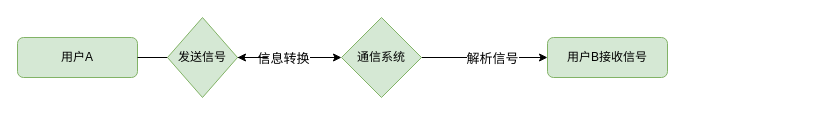
crazehub/crazehub.github.io keeps this draw.io diagram as assets/信号传递.drawio. Above is the earlier version. Source tidied: cells renumbered, new cells numbered last; positions are measured from the earlier drawing's top-left corner, leaving out a move shared by most shapes. Both pictures are drawn from the tidied source at 100%, with x=0, y=0 at pixel (17, 17).
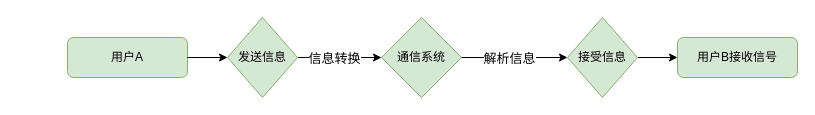
After the change.

Commit message (it also covers changes not shown here):
更新信号传递.drawio

The edit, as a diff of the source:
```diff
@@
 <mxGraphModel>
   <root>
     <mxCell id="0" />
     <mxCell id="1" parent="0" />
     <mxCell id="2" value="用户A" style="rounded=1;whiteSpace=wrap;html=1;fontSize=12;glass=0;strokeWidth=1;shadow=0;fillColor=#d5e8d4;strokeColor=#82b366;" parent="1" vertex="1">
-      <mxGeometry y="20" width="120" height="40" as="geometry" />
+      <mxGeometry x="50" y="20" width="120" height="40" as="geometry" />
     </mxCell>
-    <mxCell id="3" style="edgeStyle=orthogonalEdgeStyle;rounded=0;jettySize=auto;html=1;exitX=1;exitY=0.5;exitDx=0;exitDy=0;" parent="1" edge="1" source="8" target="5">
+    <mxCell id="3" style="edgeStyle=orthogonalEdgeStyle;rounded=0;jettySize=auto;html=1;exitX=1;exitY=0.5;exitDx=0;exitDy=0;" parent="1" edge="1" source="13" target="5">
       <mxGeometry relative="1" as="geometry" />
     </mxCell>
-    <mxCell id="4" value="解析信号" style="edgeLabel;html=1;align=center;verticalAlign=middle;fontSize=13;" parent="3" vertex="1">
-      <mxGeometry x="0.11" y="-4" relative="1" as="geometry">
-        <mxPoint y="-4" as="offset" />
-      </mxGeometry>
-    </mxCell>
     <mxCell id="5" value="用户B接收信号" style="rounded=1;whiteSpace=wrap;html=1;fontSize=12;glass=0;strokeWidth=1;shadow=0;fillColor=#d5e8d4;strokeColor=#82b366;" parent="1" vertex="1">
-      <mxGeometry x="530" y="20" width="120" height="40" as="geometry" />
+      <mxGeometry x="660" y="20" width="120" height="40" as="geometry" />
     </mxCell>
     <mxCell id="6" style="edgeStyle=orthogonalEdgeStyle;rounded=0;jettySize=auto;html=1;exitX=1;exitY=0.5;exitDx=0;exitDy=0;" parent="1" edge="1" source="10" target="8">
       <mxGeometry relative="1" as="geometry" />
     </mxCell>
     <mxCell id="7" value="信息转换" style="edgeLabel;html=1;align=center;verticalAlign=middle;fontSize=13;" parent="6" vertex="1">
       <mxGeometry x="-0.14" relative="1" as="geometry" />
     </mxCell>
     <mxCell id="8" value="通信系统" style="rhombus;whiteSpace=wrap;html=1;fillColor=#d5e8d4;strokeColor=#82b366;" parent="1" vertex="1">
-      <mxGeometry x="324" width="80" height="80" as="geometry" />
+      <mxGeometry x="364" width="80" height="80" as="geometry" />
     </mxCell>
     <mxCell id="9" style="edgeStyle=orthogonalEdgeStyle;rounded=0;jettySize=auto;html=1;exitX=1;exitY=0.5;exitDx=0;exitDy=0;" parent="1" edge="1" source="2" target="10">
       <mxGeometry relative="1" as="geometry">
         <Array as="points">
           <mxPoint x="250" y="40" />
           <mxPoint x="250" y="40" />
         </Array>
       </mxGeometry>
     </mxCell>
-    <mxCell id="10" value="发送信号" style="rhombus;whiteSpace=wrap;html=1;fillColor=#d5e8d4;strokeColor=#82b366;" parent="1" vertex="1">
-      <mxGeometry x="150" width="70" height="80" as="geometry" />
+    <mxCell id="10" value="发送信息" style="rhombus;whiteSpace=wrap;html=1;fillColor=#d5e8d4;strokeColor=#82b366;" parent="1" vertex="1">
+      <mxGeometry x="210" width="70" height="80" as="geometry" />
     </mxCell>
+    <mxCell id="11" style="edgeStyle=orthogonalEdgeStyle;rounded=0;jettySize=auto;html=1;exitX=1;exitY=0.5;exitDx=0;exitDy=0;" parent="1" edge="1" source="8" target="13">
+      <mxGeometry relative="1" as="geometry" />
+    </mxCell>
+    <mxCell id="12" value="解析信息" style="edgeLabel;html=1;align=center;verticalAlign=middle;fontSize=13;" parent="11" vertex="1">
+      <mxGeometry x="-0.57" y="2" relative="1" as="geometry">
+        <mxPoint x="24" y="2" as="offset" />
+      </mxGeometry>
+    </mxCell>
+    <mxCell id="13" value="接受信息" style="rhombus;whiteSpace=wrap;html=1;fillColor=#d5e8d4;strokeColor=#82b366;" parent="1" vertex="1">
+      <mxGeometry x="550" width="70" height="80" as="geometry" />
+    </mxCell>
   </root>
 </mxGraphModel>
```
